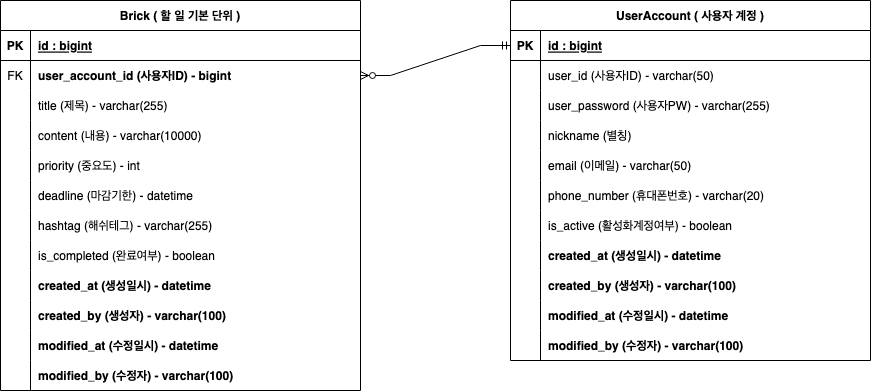
Before: Brick/ERD/Brick_ER_Diagram.drawio.png, a diagram exported from draw.io (imimtu/Documents). Source tidied: cells renumbered, new cells last; positions are measured from the earlier drawing's top-left corner, leaving out a move shared by most shapes. Source of this version:
```xml
<mxGraphModel>
  <root>
    <mxCell id="0" />
    <mxCell id="1" parent="0" />
    <mxCell id="2" value="UserAccount ( 사용자 계정 )" style="shape=table;startSize=30;rowLines=0;fontStyle=1;align=center;" parent="1" vertex="1">
      <mxGeometry x="510" width="360" height="360" as="geometry" />
    </mxCell>
    <mxCell id="3" style="shape=tableRow;horizontal=0;startSize=0;swimlaneHead=0;swimlaneBody=0;fillColor=none;points=[[0,0.5],[1,0.5]];portConstraint=eastwest;top=0;left=0;right=0;bottom=1;" parent="2" vertex="1">
      <mxGeometry y="30" width="360" height="30" as="geometry" />
    </mxCell>
    <mxCell id="4" value="PK" style="shape=partialRectangle;fillColor=none;top=0;left=0;bottom=0;right=0;fontStyle=1;overflow=hidden;" parent="3" vertex="1">
      <mxGeometry width="30" height="30" as="geometry" />
    </mxCell>
    <mxCell id="5" value="id : bigint" style="shape=partialRectangle;fillColor=none;top=0;left=0;bottom=0;right=0;align=left;spacingLeft=6;fontStyle=5;overflow=hidden;" parent="3" vertex="1">
      <mxGeometry x="30" width="330" height="30" as="geometry" />
    </mxCell>
    <mxCell id="6" style="shape=tableRow;horizontal=0;startSize=0;swimlaneHead=0;swimlaneBody=0;fillColor=none;top=0;left=0;right=0;bottom=0;" parent="2" vertex="1">
      <mxGeometry y="60" width="360" height="30" as="geometry" />
    </mxCell>
    <mxCell id="7" style="shape=partialRectangle;fillColor=none;top=0;left=0;bottom=0;right=0;overflow=hidden;" parent="6" vertex="1">
      <mxGeometry width="30" height="30" as="geometry" />
    </mxCell>
    <mxCell id="8" value="user_id (사용자ID) - varchar(50)" style="shape=partialRectangle;fillColor=none;top=0;left=0;bottom=0;right=0;align=left;spacingLeft=6;overflow=hidden;fontStyle=0;" parent="6" vertex="1">
      <mxGeometry x="30" width="330" height="30" as="geometry" />
    </mxCell>
    <mxCell id="9" style="shape=tableRow;horizontal=0;startSize=0;swimlaneHead=0;swimlaneBody=0;fillColor=none;top=0;left=0;right=0;bottom=0;" parent="2" vertex="1">
      <mxGeometry y="90" width="360" height="30" as="geometry" />
    </mxCell>
    <mxCell id="10" style="shape=partialRectangle;fillColor=none;top=0;left=0;bottom=0;right=0;overflow=hidden;" parent="9" vertex="1">
      <mxGeometry width="30" height="30" as="geometry" />
    </mxCell>
    <mxCell id="11" value="user_password (사용자PW) - varchar(255)" style="shape=partialRectangle;fillColor=none;top=0;left=0;bottom=0;right=0;align=left;spacingLeft=6;overflow=hidden;" parent="9" vertex="1">
      <mxGeometry x="30" width="330" height="30" as="geometry" />
    </mxCell>
    <mxCell id="12" style="shape=tableRow;horizontal=0;startSize=0;swimlaneHead=0;swimlaneBody=0;fillColor=none;top=0;left=0;right=0;bottom=0;" parent="2" vertex="1">
      <mxGeometry y="120" width="360" height="30" as="geometry" />
    </mxCell>
    <mxCell id="13" style="shape=partialRectangle;fillColor=none;top=0;left=0;bottom=0;right=0;overflow=hidden;" parent="12" vertex="1">
      <mxGeometry width="30" height="30" as="geometry" />
    </mxCell>
    <mxCell id="14" value="nickname (별칭)" style="shape=partialRectangle;fillColor=none;top=0;left=0;bottom=0;right=0;align=left;spacingLeft=6;overflow=hidden;strokeColor=#FFFFFF;" parent="12" vertex="1">
      <mxGeometry x="30" width="330" height="30" as="geometry" />
    </mxCell>
    <mxCell id="15" style="shape=tableRow;horizontal=0;startSize=0;swimlaneHead=0;swimlaneBody=0;fillColor=none;top=0;left=0;right=0;bottom=0;" parent="2" vertex="1">
      <mxGeometry y="150" width="360" height="30" as="geometry" />
    </mxCell>
    <mxCell id="16" style="shape=partialRectangle;fillColor=none;top=0;left=0;bottom=0;right=0;overflow=hidden;" parent="15" vertex="1">
      <mxGeometry width="30" height="30" as="geometry" />
    </mxCell>
    <mxCell id="17" value="email (이메일) - varchar(50)" style="shape=partialRectangle;fillColor=none;top=0;left=0;bottom=0;right=0;align=left;spacingLeft=6;overflow=hidden;" parent="15" vertex="1">
      <mxGeometry x="30" width="330" height="30" as="geometry" />
    </mxCell>
    <mxCell id="18" style="shape=tableRow;horizontal=0;startSize=0;swimlaneHead=0;swimlaneBody=0;fillColor=none;top=0;left=0;right=0;bottom=0;" parent="2" vertex="1">
      <mxGeometry y="180" width="360" height="30" as="geometry" />
    </mxCell>
    <mxCell id="19" style="shape=partialRectangle;fillColor=none;top=0;left=0;bottom=0;right=0;overflow=hidden;" parent="18" vertex="1">
      <mxGeometry width="30" height="30" as="geometry" />
    </mxCell>
    <mxCell id="20" value="phone_number (휴대폰번호) - varchar(20)" style="shape=partialRectangle;fillColor=none;top=0;left=0;bottom=0;right=0;align=left;spacingLeft=6;overflow=hidden;" parent="18" vertex="1">
      <mxGeometry x="30" width="330" height="30" as="geometry" />
    </mxCell>
    <mxCell id="21" style="shape=tableRow;horizontal=0;startSize=0;swimlaneHead=0;swimlaneBody=0;fillColor=none;top=0;left=0;right=0;bottom=0;" parent="2" vertex="1">
      <mxGeometry y="210" width="360" height="30" as="geometry" />
    </mxCell>
    <mxCell id="22" style="shape=partialRectangle;fillColor=none;top=0;left=0;bottom=0;right=0;overflow=hidden;" parent="21" vertex="1">
      <mxGeometry width="30" height="30" as="geometry" />
    </mxCell>
    <mxCell id="23" value="is_active (활성화계정여부) - boolean" style="shape=partialRectangle;fillColor=none;top=0;left=0;bottom=0;right=0;align=left;spacingLeft=6;overflow=hidden;" parent="21" vertex="1">
      <mxGeometry x="30" width="330" height="30" as="geometry" />
    </mxCell>
    <mxCell id="24" style="shape=tableRow;horizontal=0;startSize=0;swimlaneHead=0;swimlaneBody=0;fillColor=none;top=0;left=0;right=0;bottom=0;" parent="2" vertex="1">
      <mxGeometry y="240" width="360" height="30" as="geometry" />
    </mxCell>
    <mxCell id="25" style="shape=partialRectangle;fillColor=none;top=0;left=0;bottom=0;right=0;overflow=hidden;" parent="24" vertex="1">
      <mxGeometry width="30" height="30" as="geometry" />
    </mxCell>
    <mxCell id="26" value="created_at (생성일시) - datetime" style="shape=partialRectangle;fillColor=none;top=0;left=0;bottom=0;right=0;align=left;spacingLeft=6;overflow=hidden;fontStyle=1;" parent="24" vertex="1">
      <mxGeometry x="30" width="330" height="30" as="geometry" />
    </mxCell>
    <mxCell id="27" style="shape=tableRow;horizontal=0;startSize=0;swimlaneHead=0;swimlaneBody=0;fillColor=none;top=0;left=0;right=0;bottom=0;" parent="2" vertex="1">
      <mxGeometry y="270" width="360" height="30" as="geometry" />
    </mxCell>
    <mxCell id="28" style="shape=partialRectangle;fillColor=none;top=0;left=0;bottom=0;right=0;overflow=hidden;" parent="27" vertex="1">
      <mxGeometry width="30" height="30" as="geometry" />
    </mxCell>
    <mxCell id="29" value="created_by (생성자) - varchar(100)" style="shape=partialRectangle;fillColor=none;top=0;left=0;bottom=0;right=0;align=left;spacingLeft=6;overflow=hidden;fontStyle=1;" parent="27" vertex="1">
      <mxGeometry x="30" width="330" height="30" as="geometry" />
    </mxCell>
    <mxCell id="30" style="shape=tableRow;horizontal=0;startSize=0;swimlaneHead=0;swimlaneBody=0;fillColor=none;top=0;left=0;right=0;bottom=0;" parent="2" vertex="1">
      <mxGeometry y="300" width="360" height="30" as="geometry" />
    </mxCell>
    <mxCell id="31" style="shape=partialRectangle;fillColor=none;top=0;left=0;bottom=0;right=0;overflow=hidden;" parent="30" vertex="1">
      <mxGeometry width="30" height="30" as="geometry" />
    </mxCell>
    <mxCell id="32" value="modified_at (수정일시) - datetime" style="shape=partialRectangle;fillColor=none;top=0;left=0;bottom=0;right=0;align=left;spacingLeft=6;overflow=hidden;fontStyle=1;" parent="30" vertex="1">
      <mxGeometry x="30" width="330" height="30" as="geometry" />
    </mxCell>
    <mxCell id="33" style="shape=tableRow;horizontal=0;startSize=0;swimlaneHead=0;swimlaneBody=0;fillColor=none;top=0;left=0;right=0;bottom=0;" parent="2" vertex="1">
      <mxGeometry y="330" width="360" height="30" as="geometry" />
    </mxCell>
    <mxCell id="34" style="shape=partialRectangle;fillColor=none;top=0;left=0;bottom=0;right=0;overflow=hidden;" parent="33" vertex="1">
      <mxGeometry width="30" height="30" as="geometry" />
    </mxCell>
    <mxCell id="35" value="modified_by (수정자) - varchar(100)" style="shape=partialRectangle;fillColor=none;top=0;left=0;bottom=0;right=0;align=left;spacingLeft=6;overflow=hidden;fontStyle=1;" parent="33" vertex="1">
      <mxGeometry x="30" width="330" height="30" as="geometry" />
    </mxCell>
    <mxCell id="36" value="Brick ( 할 일 기본 단위 )" style="shape=table;startSize=30;rowLines=0;fontStyle=1;align=center;" parent="1" vertex="1">
      <mxGeometry width="360" height="390" as="geometry" />
    </mxCell>
    <mxCell id="37" style="shape=tableRow;horizontal=0;startSize=0;swimlaneHead=0;swimlaneBody=0;fillColor=none;top=0;left=0;right=0;bottom=1;" parent="36" vertex="1">
      <mxGeometry y="30" width="360" height="30" as="geometry" />
    </mxCell>
    <mxCell id="38" value="PK" style="shape=partialRectangle;fillColor=none;top=0;left=0;bottom=0;right=0;fontStyle=1;overflow=hidden;" parent="37" vertex="1">
      <mxGeometry width="30" height="30" as="geometry" />
    </mxCell>
    <mxCell id="39" value="id : bigint" style="shape=partialRectangle;fillColor=none;top=0;left=0;bottom=0;right=0;align=left;spacingLeft=6;fontStyle=5;overflow=hidden;" parent="37" vertex="1">
      <mxGeometry x="30" width="330" height="30" as="geometry" />
    </mxCell>
    <mxCell id="40" style="shape=tableRow;horizontal=0;startSize=0;swimlaneHead=0;swimlaneBody=0;fillColor=none;points=[[0,0.5],[1,0.5]];portConstraint=eastwest;top=0;left=0;right=0;bottom=0;" parent="36" vertex="1">
      <mxGeometry y="60" width="360" height="30" as="geometry" />
    </mxCell>
    <mxCell id="41" value="FK" style="shape=partialRectangle;fillColor=none;top=0;left=0;bottom=0;right=0;overflow=hidden;" parent="40" vertex="1">
      <mxGeometry width="30" height="30" as="geometry" />
    </mxCell>
    <mxCell id="42" value="user_account_id (사용자ID) - bigint" style="shape=partialRectangle;fillColor=none;top=0;left=0;bottom=0;right=0;align=left;spacingLeft=6;overflow=hidden;fontStyle=1;" parent="40" vertex="1">
      <mxGeometry x="30" width="330" height="30" as="geometry" />
    </mxCell>
    <mxCell id="43" style="shape=tableRow;horizontal=0;startSize=0;swimlaneHead=0;swimlaneBody=0;fillColor=none;top=0;left=0;right=0;bottom=0;" parent="36" vertex="1">
      <mxGeometry y="90" width="360" height="30" as="geometry" />
    </mxCell>
    <mxCell id="44" style="shape=partialRectangle;fillColor=none;top=0;left=0;bottom=0;right=0;overflow=hidden;" parent="43" vertex="1">
      <mxGeometry width="30" height="30" as="geometry" />
    </mxCell>
    <mxCell id="45" value="title (제목) - varchar(255)" style="shape=partialRectangle;fillColor=none;top=0;left=0;bottom=0;right=0;align=left;spacingLeft=6;overflow=hidden;" parent="43" vertex="1">
      <mxGeometry x="30" width="330" height="30" as="geometry" />
    </mxCell>
    <mxCell id="46" style="shape=tableRow;horizontal=0;startSize=0;swimlaneHead=0;swimlaneBody=0;fillColor=none;top=0;left=0;right=0;bottom=0;" parent="36" vertex="1">
      <mxGeometry y="120" width="360" height="30" as="geometry" />
    </mxCell>
    <mxCell id="47" style="shape=partialRectangle;fillColor=none;top=0;left=0;bottom=0;right=0;overflow=hidden;" parent="46" vertex="1">
      <mxGeometry width="30" height="30" as="geometry" />
    </mxCell>
    <mxCell id="48" value="content (내용) - varchar(10000)" style="shape=partialRectangle;fillColor=none;top=0;left=0;bottom=0;right=0;align=left;spacingLeft=6;overflow=hidden;" parent="46" vertex="1">
      <mxGeometry x="30" width="330" height="30" as="geometry" />
    </mxCell>
    <mxCell id="49" style="shape=tableRow;horizontal=0;startSize=0;swimlaneHead=0;swimlaneBody=0;fillColor=none;top=0;left=0;right=0;bottom=0;" parent="36" vertex="1">
      <mxGeometry y="150" width="360" height="30" as="geometry" />
    </mxCell>
    <mxCell id="50" style="shape=partialRectangle;fillColor=none;top=0;left=0;bottom=0;right=0;overflow=hidden;" parent="49" vertex="1">
      <mxGeometry width="30" height="30" as="geometry" />
    </mxCell>
    <mxCell id="51" value="priority (중요도) - int" style="shape=partialRectangle;fillColor=none;top=0;left=0;bottom=0;right=0;align=left;spacingLeft=6;overflow=hidden;" parent="49" vertex="1">
      <mxGeometry x="30" width="330" height="30" as="geometry" />
    </mxCell>
    <mxCell id="52" style="shape=tableRow;horizontal=0;startSize=0;swimlaneHead=0;swimlaneBody=0;fillColor=none;top=0;left=0;right=0;bottom=0;" parent="36" vertex="1">
      <mxGeometry y="180" width="360" height="30" as="geometry" />
    </mxCell>
    <mxCell id="53" style="shape=partialRectangle;fillColor=none;top=0;left=0;bottom=0;right=0;overflow=hidden;" parent="52" vertex="1">
      <mxGeometry width="30" height="30" as="geometry" />
    </mxCell>
    <mxCell id="54" value="deadline (마감기한) - datetime" style="shape=partialRectangle;fillColor=none;top=0;left=0;bottom=0;right=0;align=left;spacingLeft=6;overflow=hidden;" parent="52" vertex="1">
      <mxGeometry x="30" width="330" height="30" as="geometry" />
    </mxCell>
    <mxCell id="55" style="shape=tableRow;horizontal=0;startSize=0;swimlaneHead=0;swimlaneBody=0;fillColor=none;top=0;left=0;right=0;bottom=0;" parent="36" vertex="1">
      <mxGeometry y="210" width="360" height="30" as="geometry" />
    </mxCell>
    <mxCell id="56" style="shape=partialRectangle;fillColor=none;top=0;left=0;bottom=0;right=0;overflow=hidden;" parent="55" vertex="1">
      <mxGeometry width="30" height="30" as="geometry" />
    </mxCell>
    <mxCell id="57" value="hashtag (해쉬테그) - varchar(255)" style="shape=partialRectangle;fillColor=none;top=0;left=0;bottom=0;right=0;align=left;spacingLeft=6;overflow=hidden;" parent="55" vertex="1">
      <mxGeometry x="30" width="330" height="30" as="geometry" />
    </mxCell>
    <mxCell id="58" style="shape=tableRow;horizontal=0;startSize=0;swimlaneHead=0;swimlaneBody=0;fillColor=none;top=0;left=0;right=0;bottom=0;" parent="36" vertex="1">
      <mxGeometry y="240" width="360" height="30" as="geometry" />
    </mxCell>
    <mxCell id="59" style="shape=partialRectangle;fillColor=none;top=0;left=0;bottom=0;right=0;overflow=hidden;" parent="58" vertex="1">
      <mxGeometry width="30" height="30" as="geometry" />
    </mxCell>
    <mxCell id="60" value="is_completed (완료여부) - boolean" style="shape=partialRectangle;fillColor=none;top=0;left=0;bottom=0;right=0;align=left;spacingLeft=6;overflow=hidden;" parent="58" vertex="1">
      <mxGeometry x="30" width="330" height="30" as="geometry" />
    </mxCell>
    <mxCell id="61" style="shape=tableRow;horizontal=0;startSize=0;swimlaneHead=0;swimlaneBody=0;fillColor=none;top=0;left=0;right=0;bottom=0;" parent="36" vertex="1">
      <mxGeometry y="270" width="360" height="30" as="geometry" />
    </mxCell>
    <mxCell id="62" style="shape=partialRectangle;fillColor=none;top=0;left=0;bottom=0;right=0;overflow=hidden;" parent="61" vertex="1">
      <mxGeometry width="30" height="30" as="geometry" />
    </mxCell>
    <mxCell id="63" value="created_at (생성일시) - datetime" style="shape=partialRectangle;fillColor=none;top=0;left=0;bottom=0;right=0;align=left;spacingLeft=6;overflow=hidden;fontStyle=1;" parent="61" vertex="1">
      <mxGeometry x="30" width="330" height="30" as="geometry" />
    </mxCell>
    <mxCell id="64" style="shape=tableRow;horizontal=0;startSize=0;swimlaneHead=0;swimlaneBody=0;fillColor=none;top=0;left=0;right=0;bottom=0;" parent="36" vertex="1">
      <mxGeometry y="300" width="360" height="30" as="geometry" />
    </mxCell>
    <mxCell id="65" style="shape=partialRectangle;fillColor=none;top=0;left=0;bottom=0;right=0;overflow=hidden;" parent="64" vertex="1">
      <mxGeometry width="30" height="30" as="geometry" />
    </mxCell>
    <mxCell id="66" value="created_by (생성자) - varchar(100)" style="shape=partialRectangle;fillColor=none;top=0;left=0;bottom=0;right=0;align=left;spacingLeft=6;overflow=hidden;fontStyle=1;" parent="64" vertex="1">
      <mxGeometry x="30" width="330" height="30" as="geometry" />
    </mxCell>
    <mxCell id="67" style="shape=tableRow;horizontal=0;startSize=0;swimlaneHead=0;swimlaneBody=0;fillColor=none;top=0;left=0;right=0;bottom=0;" parent="36" vertex="1">
      <mxGeometry y="330" width="360" height="30" as="geometry" />
    </mxCell>
    <mxCell id="68" style="shape=partialRectangle;fillColor=none;top=0;left=0;bottom=0;right=0;overflow=hidden;" parent="67" vertex="1">
      <mxGeometry width="30" height="30" as="geometry" />
    </mxCell>
    <mxCell id="69" value="modified_at (수정일시) - datetime" style="shape=partialRectangle;fillColor=none;top=0;left=0;bottom=0;right=0;align=left;spacingLeft=6;overflow=hidden;fontStyle=1;" parent="67" vertex="1">
      <mxGeometry x="30" width="330" height="30" as="geometry" />
    </mxCell>
    <mxCell id="70" style="shape=tableRow;horizontal=0;startSize=0;swimlaneHead=0;swimlaneBody=0;fillColor=none;top=0;left=0;right=0;bottom=0;" parent="36" vertex="1">
      <mxGeometry y="360" width="360" height="30" as="geometry" />
    </mxCell>
    <mxCell id="71" style="shape=partialRectangle;fillColor=none;top=0;left=0;bottom=0;right=0;overflow=hidden;" parent="70" vertex="1">
      <mxGeometry width="30" height="30" as="geometry" />
    </mxCell>
    <mxCell id="72" value="modified_by (수정자) - varchar(100)" style="shape=partialRectangle;fillColor=none;top=0;left=0;bottom=0;right=0;align=left;spacingLeft=6;overflow=hidden;fontStyle=1;" parent="70" vertex="1">
      <mxGeometry x="30" width="330" height="30" as="geometry" />
    </mxCell>
    <mxCell id="73" style="edgeStyle=entityRelationEdgeStyle;fontSize=12;html=1;endArrow=ERzeroToMany;startArrow=ERmandOne;rounded=0;entryX=1;entryY=0.5;entryDx=0;entryDy=0;exitX=0;exitY=0.5;exitDx=0;exitDy=0;" parent="1" edge="1" source="3" target="40">
      <mxGeometry relative="1" as="geometry" />
    </mxCell>
  </root>
</mxGraphModel>
```
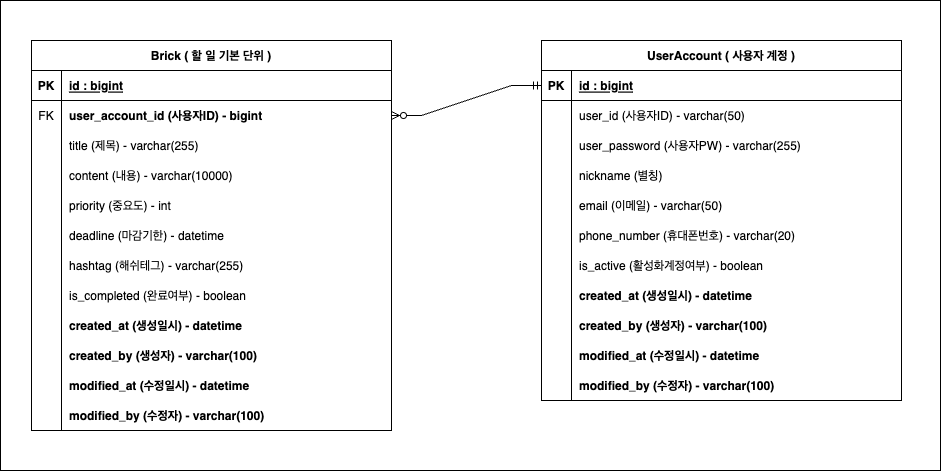
Later version of the same file.

Commit message:
시인성을 위해 수정

The edit, as a diff of the source:
```diff
@@ -2,6 +2,9 @@
   <root>
     <mxCell id="0" />
     <mxCell id="1" parent="0" />
+    <mxCell id="74" style="rounded=0;whiteSpace=wrap;html=1;fillColor=none;" parent="1" vertex="1">
+      <mxGeometry x="-31" y="-40" width="940" height="470" as="geometry" />
+    </mxCell>
     <mxCell id="2" value="UserAccount ( 사용자 계정 )" style="shape=table;startSize=30;rowLines=0;fontStyle=1;align=center;" parent="1" vertex="1">
       <mxGeometry x="510" width="360" height="360" as="geometry" />
     </mxCell>
```
